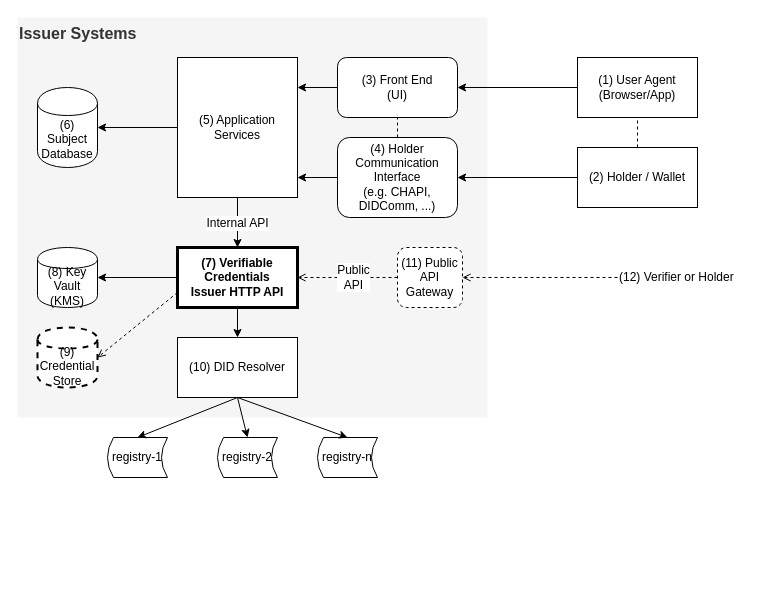
The draw.io diagram images/vc-issuer-http-api.drawio in w3c-ccg/vc-issuer-http-api, before the edit. Source tidied: cells renumbered, new cells numbered last; positions are measured from the earlier drawing's top-left corner, leaving out a move shared by most shapes. Both pictures are drawn from the tidied source at 100%, with x=0, y=0 at pixel (17, 17).
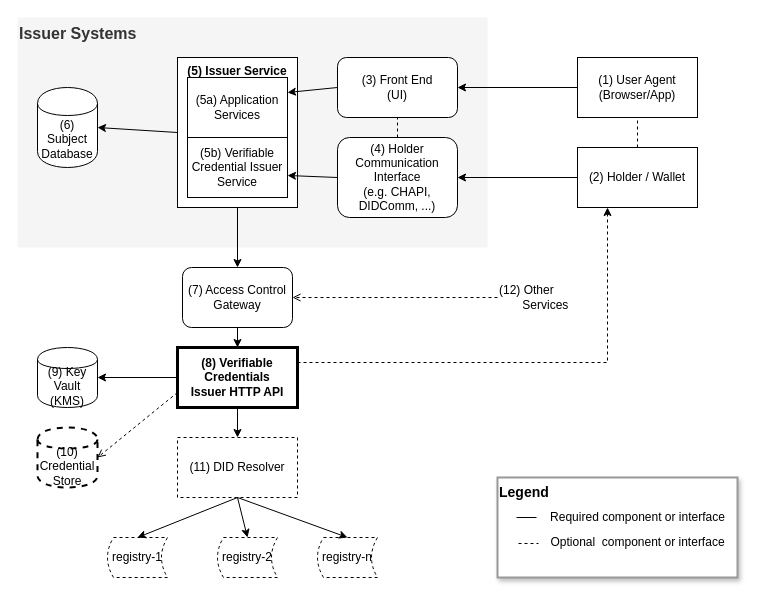
The same page after the edit.

Unchanged cells that the change refers to:
```xml
<mxCell id="3" value="(3) Front End&lt;br&gt;(UI)" style="rounded=1;whiteSpace=wrap;html=1;" parent="1" vertex="1">
  <mxGeometry x="320" y="40" width="120" height="60" as="geometry" />
</mxCell>
<mxCell id="4" value="(4) Holder Communication&lt;br&gt;Interface&lt;br&gt;(e.g. CHAPI, DIDComm, ...)" style="rounded=1;whiteSpace=wrap;html=1;" parent="1" vertex="1">
  <mxGeometry x="320" y="120" width="120" height="80" as="geometry" />
</mxCell>
<mxCell id="29" value="(2) Holder / Wallet" style="rounded=0;whiteSpace=wrap;html=1;" parent="1" vertex="1">
  <mxGeometry x="560" y="130" width="120" height="60" as="geometry" />
</mxCell>
```

Change to the diagram source:
```diff
@@
     <mxCell id="2" value="Issuer Systems" style="rounded=0;whiteSpace=wrap;html=1;strokeWidth=2;fillColor=#f5f5f5;strokeColor=none;fontColor=#333333;align=left;verticalAlign=top;fontStyle=1;fontSize=16;" parent="1" vertex="1">
-      <mxGeometry width="470" height="400" as="geometry" />
+      <mxGeometry width="470" height="230" as="geometry" />
     </mxCell>
@@
+    <mxCell id="36" style="edgeStyle=orthogonalEdgeStyle;rounded=0;jettySize=auto;html=1;exitX=0.5;exitY=1;exitDx=0;exitDy=0;entryX=0.5;entryY=0;entryDx=0;entryDy=0;" parent="1" edge="1" source="5" target="13">
+      <mxGeometry relative="1" as="geometry" />
+    </mxCell>
-    <mxCell id="5" value="(5) Application Services" style="rounded=0;whiteSpace=wrap;html=1;" parent="1" vertex="1">
-      <mxGeometry x="160" y="40" width="120" height="140" as="geometry" />
+    <mxCell id="5" value="(5) Issuer Service" style="rounded=0;whiteSpace=wrap;html=1;verticalAlign=top;fontStyle=1;" parent="1" vertex="1">
+      <mxGeometry x="160" y="40" width="120" height="150" as="geometry" />
     </mxCell>
@@
+    <mxCell id="37" style="edgeStyle=orthogonalEdgeStyle;rounded=0;jettySize=auto;html=1;exitX=1;exitY=0.25;exitDx=0;exitDy=0;entryX=0.25;entryY=1;entryDx=0;entryDy=0;dashed=1;" parent="1" edge="1" source="7" target="29">
+      <mxGeometry relative="1" as="geometry" />
+    </mxCell>
-    <mxCell id="7" value="(7) Verifiable&lt;br&gt;Credentials &lt;br&gt;Issuer HTTP API" style="rounded=0;whiteSpace=wrap;html=1;strokeWidth=3;fontStyle=1;" parent="1" vertex="1">
-      <mxGeometry x="160" y="230" width="120" height="60" as="geometry" />
+    <mxCell id="7" value="(8) Verifiable&lt;br&gt;Credentials &lt;br&gt;Issuer HTTP API" style="rounded=0;whiteSpace=wrap;html=1;strokeWidth=3;fontStyle=1;" parent="1" vertex="1">
+      <mxGeometry x="160" y="330" width="120" height="60" as="geometry" />
     </mxCell>
-    <mxCell id="8" value="(10) DID Resolver" style="rounded=0;whiteSpace=wrap;html=1;" parent="1" vertex="1">
-      <mxGeometry x="160" y="320" width="120" height="60" as="geometry" />
+    <mxCell id="8" value="(11) DID Resolver" style="rounded=0;whiteSpace=wrap;html=1;dashed=1;" parent="1" vertex="1">
+      <mxGeometry x="160" y="420" width="120" height="60" as="geometry" />
     </mxCell>
-    <mxCell id="9" value="(9) Credential Store" style="shape=cylinder;whiteSpace=wrap;html=1;boundedLbl=1;backgroundOutline=1;dashed=1;strokeWidth=2;" parent="1" vertex="1">
-      <mxGeometry x="20" y="310" width="60" height="60" as="geometry" />
+    <mxCell id="9" value="(10) Credential Store" style="shape=cylinder;whiteSpace=wrap;html=1;boundedLbl=1;backgroundOutline=1;dashed=1;strokeWidth=2;" parent="1" vertex="1">
+      <mxGeometry x="20" y="410" width="60" height="60" as="geometry" />
     </mxCell>
-    <mxCell id="10" value="registry-1" style="shape=dataStorage;whiteSpace=wrap;html=1;" parent="1" vertex="1">
-      <mxGeometry x="90" y="420" width="60" height="40" as="geometry" />
+    <mxCell id="10" value="registry-1" style="shape=dataStorage;whiteSpace=wrap;html=1;dashed=1;" parent="1" vertex="1">
+      <mxGeometry x="90" y="520" width="60" height="40" as="geometry" />
     </mxCell>
-    <mxCell id="11" value="registry-n" style="shape=dataStorage;whiteSpace=wrap;html=1;" parent="1" vertex="1">
-      <mxGeometry x="300" y="420" width="60" height="40" as="geometry" />
+    <mxCell id="11" value="registry-n" style="shape=dataStorage;whiteSpace=wrap;html=1;dashed=1;" parent="1" vertex="1">
+      <mxGeometry x="300" y="520" width="60" height="40" as="geometry" />
     </mxCell>
-    <mxCell id="12" value="registry-2" style="shape=dataStorage;whiteSpace=wrap;html=1;" parent="1" vertex="1">
-      <mxGeometry x="200" y="420" width="60" height="40" as="geometry" />
+    <mxCell id="12" value="registry-2" style="shape=dataStorage;whiteSpace=wrap;html=1;dashed=1;" parent="1" vertex="1">
+      <mxGeometry x="200" y="520" width="60" height="40" as="geometry" />
     </mxCell>
+    <mxCell id="14" style="edgeStyle=orthogonalEdgeStyle;rounded=0;jettySize=auto;html=1;exitX=0.5;exitY=1;exitDx=0;exitDy=0;" parent="1" edge="1" source="13" target="7">
+      <mxGeometry relative="1" as="geometry" />
+    </mxCell>
-    <mxCell id="13" value="(11) Public API&lt;br&gt;Gateway" style="rounded=1;whiteSpace=wrap;html=1;dashed=1;" parent="1" vertex="1">
-      <mxGeometry x="380" y="230" width="65" height="60" as="geometry" />
+    <mxCell id="13" value="(7) Access Control&lt;br&gt;Gateway" style="rounded=1;whiteSpace=wrap;html=1;" parent="1" vertex="1">
+      <mxGeometry x="165" y="250" width="110" height="60" as="geometry" />
     </mxCell>
-    <mxCell id="14" style="endArrow=open;dashed=1;html=1;exitX=0;exitY=0.5;exitDx=0;exitDy=0;endFill=0;entryX=1;entryY=0.5;entryDx=0;entryDy=0;" parent="1" edge="1" source="13" target="7">
-      <mxGeometry relative="1" as="geometry" />
-    </mxCell>
-    <mxCell id="15" value="Public&lt;br&gt;API" style="text;html=1;align=center;verticalAlign=middle;labelBackgroundColor=#ffffff;fontSize=12;" parent="14" vertex="1">
-      <mxGeometry x="-0.11" y="-1" relative="1" as="geometry" />
-    </mxCell>
-    <mxCell id="16" style="endArrow=open;dashed=1;html=1;entryX=1;entryY=0.5;entryDx=0;entryDy=0;endFill=0;" parent="1" edge="1" target="13">
-      <mxGeometry relative="1" as="geometry">
-        <mxPoint x="600" y="260" as="sourcePoint" />
-      </mxGeometry>
+    <mxCell id="16" style="endArrow=open;dashed=1;html=1;entryX=1;entryY=0.5;entryDx=0;entryDy=0;endFill=0;exitX=0;exitY=0.5;exitDx=0;exitDy=0;" parent="1" edge="1" source="35" target="13">
+      <mxGeometry relative="1" as="geometry" />
     </mxCell>
-    <mxCell id="17" style="endArrow=classic;html=1;exitX=0.5;exitY=1;exitDx=0;exitDy=0;" parent="1" edge="1" source="5" target="7">
-      <mxGeometry relative="1" as="geometry" />
-    </mxCell>
-    <mxCell id="18" value="Internal API" style="text;html=1;align=center;verticalAlign=middle;labelBackgroundColor=#ffffff;fontSize=12;" parent="17" vertex="1">
-      <mxGeometry y="-1" relative="1" as="geometry" />
-    </mxCell>
-    <mxCell id="19" value="(8) Key Vault&lt;br&gt;(KMS)" style="shape=cylinder;whiteSpace=wrap;html=1;boundedLbl=1;backgroundOutline=1;" parent="1" vertex="1">
-      <mxGeometry x="20" y="230" width="60" height="60" as="geometry" />
+    <mxCell id="19" value="(9) Key Vault&lt;br&gt;(KMS)" style="shape=cylinder;whiteSpace=wrap;html=1;boundedLbl=1;backgroundOutline=1;" parent="1" vertex="1">
+      <mxGeometry x="20" y="330" width="60" height="60" as="geometry" />
     </mxCell>
@@
-    <mxCell id="26" style="endArrow=classic;html=1;exitX=0;exitY=0.5;exitDx=0;exitDy=0;" parent="1" edge="1" source="3">
-      <mxGeometry relative="1" as="geometry">
-        <mxPoint x="280" y="70" as="targetPoint" />
-      </mxGeometry>
+    <mxCell id="26" style="endArrow=classic;html=1;exitX=0;exitY=0.5;exitDx=0;exitDy=0;entryX=1;entryY=0.25;entryDx=0;entryDy=0;" parent="1" edge="1" source="3" target="38">
+      <mxGeometry relative="1" as="geometry" />
     </mxCell>
-    <mxCell id="27" style="endArrow=classic;html=1;exitX=0;exitY=0.5;exitDx=0;exitDy=0;" parent="1" edge="1" source="4">
-      <mxGeometry relative="1" as="geometry">
-        <mxPoint x="280" y="160" as="targetPoint" />
-      </mxGeometry>
+    <mxCell id="27" style="endArrow=classic;html=1;exitX=0;exitY=0.5;exitDx=0;exitDy=0;entryX=1;entryY=0.633;entryDx=0;entryDy=0;entryPerimeter=0;" parent="1" edge="1" source="4" target="39">
+      <mxGeometry relative="1" as="geometry" />
     </mxCell>
@@
-    <mxCell id="35" value="(12) Verifier or Holder" style="text;html=1;strokeColor=none;fillColor=none;align=left;verticalAlign=middle;whiteSpace=wrap;rounded=0;fontSize=12;" parent="1" vertex="1">
-      <mxGeometry x="600" y="250" width="140" height="20" as="geometry" />
+    <mxCell id="35" value="(12) Other&lt;br&gt;&amp;nbsp; &amp;nbsp; &amp;nbsp; &amp;nbsp;Services" style="text;html=1;strokeColor=none;fillColor=none;align=left;verticalAlign=middle;whiteSpace=wrap;rounded=0;fontSize=12;" parent="1" vertex="1">
+      <mxGeometry x="480" y="270" width="140" height="20" as="geometry" />
     </mxCell>
+    <mxCell id="38" value="(5a) Application Services" style="rounded=0;whiteSpace=wrap;html=1;" parent="1" vertex="1">
+      <mxGeometry x="170" y="60" width="100" height="60" as="geometry" />
+    </mxCell>
+    <mxCell id="39" value="(5b) Verifiable Credential Issuer Service" style="rounded=0;whiteSpace=wrap;html=1;" parent="1" vertex="1">
+      <mxGeometry x="170" y="120" width="100" height="60" as="geometry" />
+    </mxCell>
+    <mxCell id="40" value="&lt;b&gt;&lt;font style=&quot;font-size: 14px&quot;&gt;Legend&lt;/font&gt;&lt;/b&gt;" style="rounded=0;whiteSpace=wrap;html=1;strokeWidth=2;strokeColor=#999999;align=left;verticalAlign=top;glass=0;comic=0;shadow=1;" parent="1" vertex="1">
+      <mxGeometry x="480" y="460" width="240" height="100" as="geometry" />
+    </mxCell>
+    <mxCell id="41" style="endArrow=none;html=1;exitX=0.15;exitY=0.308;exitDx=0;exitDy=0;exitPerimeter=0;entryX=0.25;entryY=0.308;entryDx=0;entryDy=0;entryPerimeter=0;" parent="1" edge="1">
+      <mxGeometry relative="1" as="geometry">
+        <mxPoint x="499" y="500" as="sourcePoint" />
+        <mxPoint x="519" y="500" as="targetPoint" />
+      </mxGeometry>
+    </mxCell>
+    <mxCell id="42" value="Required component or interface" style="text;html=1;align=center;verticalAlign=middle;" parent="1" vertex="1">
+      <mxGeometry x="525" y="490" width="190" height="20" as="geometry" />
+    </mxCell>
+    <mxCell id="43" style="endArrow=none;html=1;exitX=0.15;exitY=0.308;exitDx=0;exitDy=0;exitPerimeter=0;entryX=0.25;entryY=0.308;entryDx=0;entryDy=0;entryPerimeter=0;dashed=1;" parent="1" edge="1">
+      <mxGeometry relative="1" as="geometry">
+        <mxPoint x="501" y="526" as="sourcePoint" />
+        <mxPoint x="521" y="526" as="targetPoint" />
+      </mxGeometry>
+    </mxCell>
+    <mxCell id="44" value="Optional&amp;nbsp; component or interface" style="text;html=1;align=center;verticalAlign=middle;" parent="1" vertex="1">
+      <mxGeometry x="525" y="515" width="190" height="20" as="geometry" />
+    </mxCell>
```
